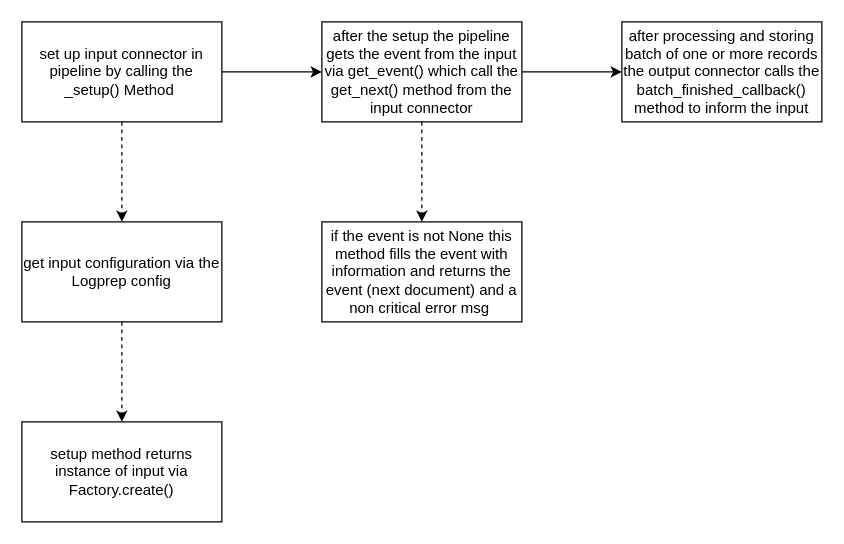
Before: doc/source/development/architecture/diagramms/input.drawio in fkie-cad/Logprep, a draw.io diagram. Source tidied: cells renumbered, new cells numbered last; positions are measured from the earlier drawing's top-left corner, leaving out a move shared by most shapes. Both pictures are drawn from the tidied source at 125%, with x=0, y=0 at pixel (21, 21).
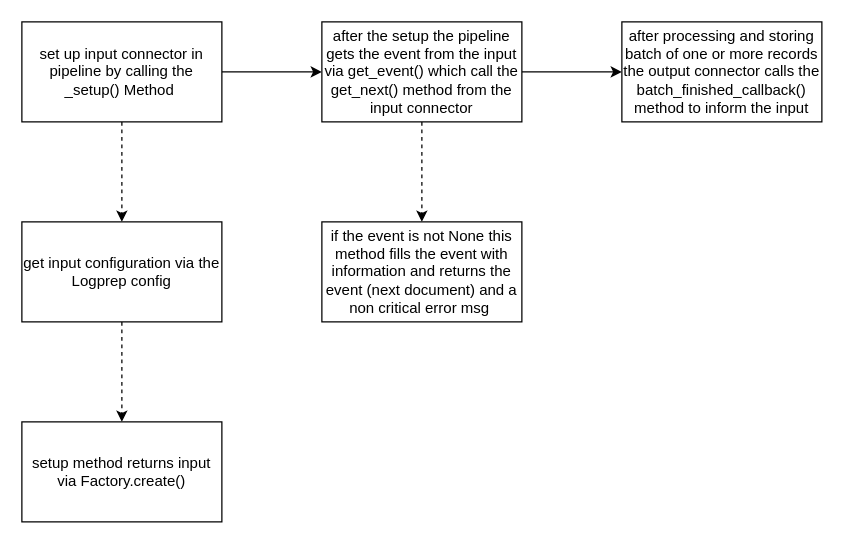
Above is the later version.

Commit message (it also covers changes not shown here):
update event-flow, input and process-Combined diagram

What changed in the source:
```diff
@@
 <mxGraphModel>
   <root>
     <mxCell id="0" />
     <mxCell id="1" parent="0" />
     <mxCell id="2" style="edgeStyle=none;html=1;dashed=1;" parent="1" edge="1" source="4" target="6">
       <mxGeometry relative="1" as="geometry" />
     </mxCell>
     <mxCell id="3" style="edgeStyle=none;html=1;" parent="1" edge="1" source="4" target="10">
       <mxGeometry relative="1" as="geometry" />
     </mxCell>
     <mxCell id="4" value="set up input connector in pipeline by calling the _setup() Method&amp;nbsp;" style="rounded=0;whiteSpace=wrap;html=1;" parent="1" vertex="1">
       <mxGeometry width="160" height="80" as="geometry" />
     </mxCell>
     <mxCell id="5" style="edgeStyle=none;html=1;dashed=1;" parent="1" edge="1" source="6" target="7">
       <mxGeometry relative="1" as="geometry" />
     </mxCell>
     <mxCell id="6" value="get input configuration via the Logprep config" style="whiteSpace=wrap;html=1;rounded=0;" parent="1" vertex="1">
       <mxGeometry y="160" width="160" height="80" as="geometry" />
     </mxCell>
-    <mxCell id="7" value="setup method returns instance of input via Factory.create()" style="whiteSpace=wrap;html=1;rounded=0;" parent="1" vertex="1">
+    <mxCell id="7" value="setup method returns input via Factory.create()" style="whiteSpace=wrap;html=1;rounded=0;" parent="1" vertex="1">
       <mxGeometry y="320" width="160" height="80" as="geometry" />
     </mxCell>
     <mxCell id="8" style="edgeStyle=none;html=1;" parent="1" edge="1" source="10" target="11">
       <mxGeometry relative="1" as="geometry" />
     </mxCell>
     <mxCell id="9" style="edgeStyle=none;html=1;dashed=1;" parent="1" edge="1" source="10" target="12">
       <mxGeometry relative="1" as="geometry" />
     </mxCell>
     <mxCell id="10" value="after the setup the pipeline gets the event from the input via get_event() which call the get_next() method from the input connector" style="whiteSpace=wrap;html=1;rounded=0;" parent="1" vertex="1">
       <mxGeometry x="240" width="160" height="80" as="geometry" />
     </mxCell>
     <mxCell id="11" value="after processing and storing batch of one or more records the output connector calls the batch_finished_callback() method to inform the input" style="whiteSpace=wrap;html=1;rounded=0;" parent="1" vertex="1">
       <mxGeometry x="480" width="160" height="80" as="geometry" />
     </mxCell>
     <mxCell id="12" value="if the event is not None this method fills the event with information and returns the event (next document) and a non critical error msg&amp;nbsp;" style="whiteSpace=wrap;html=1;rounded=0;" parent="1" vertex="1">
       <mxGeometry x="240" y="160" width="160" height="80" as="geometry" />
     </mxCell>
   </root>
 </mxGraphModel>
```
